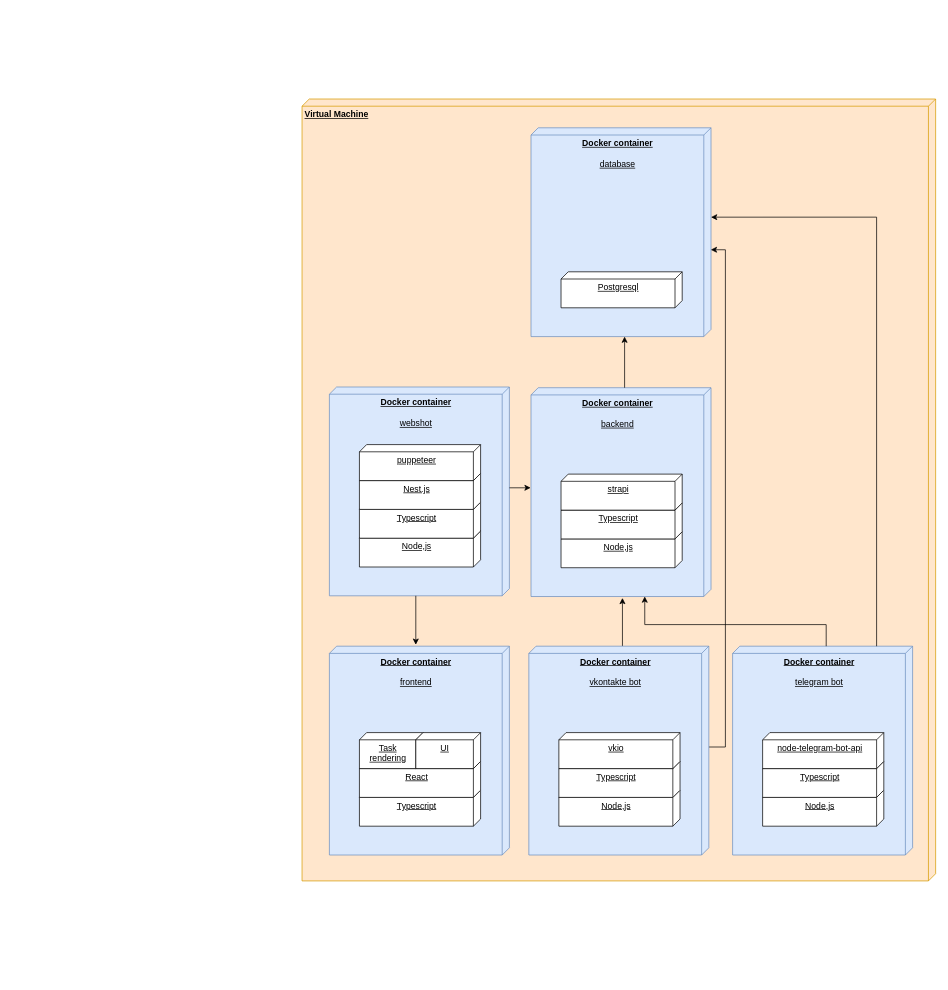
Earlier version of the draw.io diagram diagrams/deployment.drawio (onlyblank/docs). Source tidied: cells renumbered, new cells numbered last; positions are measured from the earlier drawing's top-left corner, leaving out a move shared by most shapes. Both pictures are drawn from the tidied source at 72%, with x=0, y=0 at pixel (302, 99).
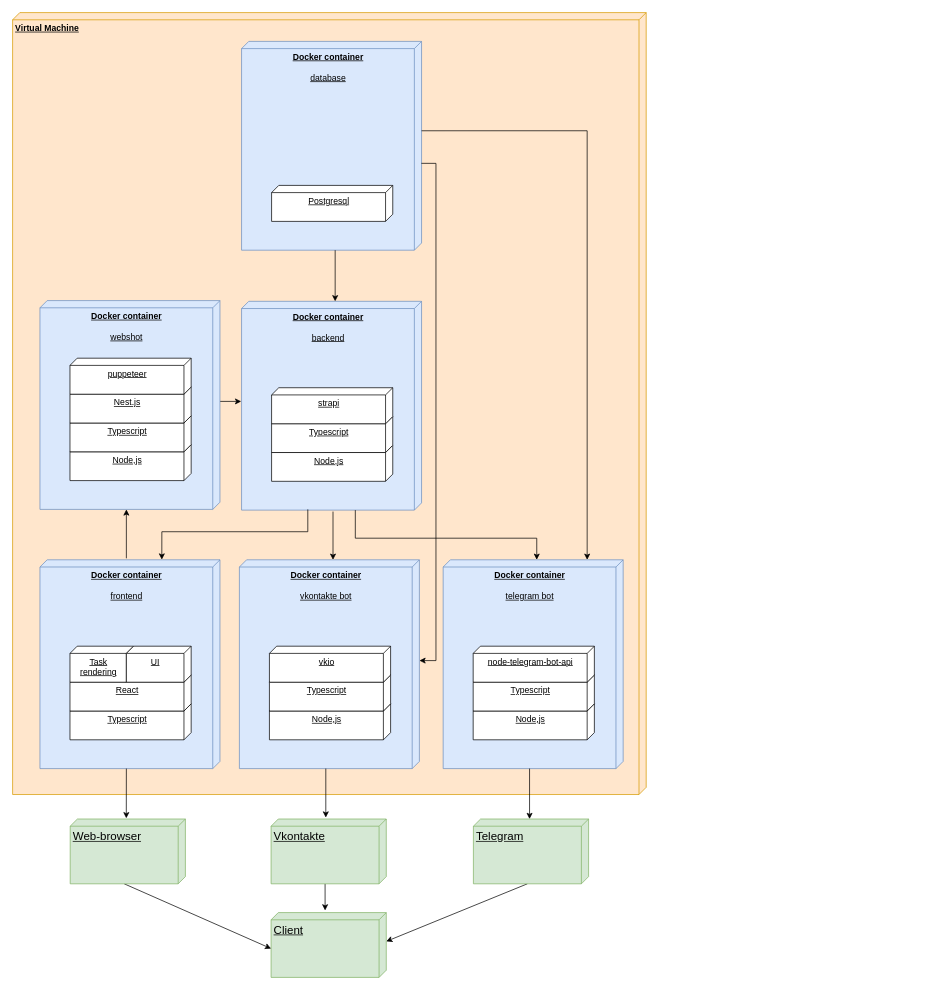
After the change.

The change refers to these unchanged cells:
```xml
<mxCell id="10" value="&lt;div align=&quot;center&quot;&gt;&lt;b&gt;Docker container&lt;/b&gt;&lt;/div&gt;&lt;div&gt;&lt;br&gt;&lt;/div&gt;&lt;div&gt;database&lt;br&gt;&lt;/div&gt;" style="verticalAlign=top;align=center;spacingTop=8;spacingLeft=2;spacingRight=12;shape=cube;size=10;direction=south;fontStyle=4;html=1;fillColor=#dae8fc;strokeColor=#6c8ebf;rounded=0;" parent="9" vertex="1">
  <mxGeometry width="250" height="290" as="geometry" />
</mxCell>
<mxCell id="13" value="&lt;div align=&quot;center&quot;&gt;&lt;b&gt;Docker container&lt;/b&gt;&lt;/div&gt;&lt;div&gt;&lt;br&gt;&lt;/div&gt;&lt;div&gt;telegram bot&lt;br&gt;&lt;/div&gt;" style="verticalAlign=top;align=center;spacingTop=8;spacingLeft=2;spacingRight=12;shape=cube;size=10;direction=south;fontStyle=4;html=1;fillColor=#dae8fc;strokeColor=#6c8ebf;rounded=0;" parent="12" vertex="1">
  <mxGeometry width="250" height="290" as="geometry" />
</mxCell>
<mxCell id="18" value="&lt;div align=&quot;center&quot;&gt;&lt;b&gt;Docker container&lt;/b&gt;&lt;/div&gt;&lt;div&gt;&lt;br&gt;&lt;/div&gt;&lt;div&gt;frontend&lt;br&gt;&lt;/div&gt;" style="verticalAlign=top;align=center;spacingTop=8;spacingLeft=2;spacingRight=12;shape=cube;size=10;direction=south;fontStyle=4;html=1;fillColor=#dae8fc;strokeColor=#6c8ebf;rounded=0;" parent="17" vertex="1">
  <mxGeometry width="250" height="290" as="geometry" />
</mxCell>
<mxCell id="25" value="&lt;div align=&quot;center&quot;&gt;&lt;b&gt;Docker container&lt;/b&gt;&lt;/div&gt;&lt;div&gt;&lt;br&gt;&lt;/div&gt;&lt;div&gt;backend&lt;br&gt;&lt;/div&gt;" style="verticalAlign=top;align=center;spacingTop=8;spacingLeft=2;spacingRight=12;shape=cube;size=10;direction=south;fontStyle=4;html=1;fillColor=#dae8fc;strokeColor=#6c8ebf;rounded=0;" parent="24" vertex="1">
  <mxGeometry width="250" height="290" as="geometry" />
</mxCell>
<mxCell id="36" value="&lt;div align=&quot;center&quot;&gt;&lt;b&gt;Docker container&lt;/b&gt;&lt;/div&gt;&lt;div&gt;&lt;br&gt;&lt;/div&gt;&lt;div&gt;vkontakte bot&lt;br&gt;&lt;/div&gt;" style="verticalAlign=top;align=center;spacingTop=8;spacingLeft=2;spacingRight=12;shape=cube;size=10;direction=south;fontStyle=4;html=1;fillColor=#dae8fc;strokeColor=#6c8ebf;rounded=0;sketch=0;" parent="35" vertex="1">
  <mxGeometry width="250" height="290" as="geometry" />
</mxCell>
```

What changed in the source:
```diff
@@
+    <mxCell id="40" style="group;" parent="1" vertex="1">
+      <mxGeometry x="-402" y="-120" width="880" height="1086" as="geometry" />
+    </mxCell>
-    <mxCell id="2" value="&lt;b&gt;Virtual Machine&lt;/b&gt;" style="verticalAlign=top;align=left;spacingTop=8;spacingLeft=2;spacingRight=12;shape=cube;size=10;direction=south;fontStyle=4;html=1;fillColor=#ffe6cc;strokeColor=#d79b00;rounded=0;" parent="1" vertex="1">
+    <mxCell id="2" value="&lt;b&gt;Virtual Machine&lt;/b&gt;" style="verticalAlign=top;align=left;spacingTop=8;spacingLeft=2;spacingRight=12;shape=cube;size=10;direction=south;fontStyle=4;html=1;fillColor=#ffe6cc;strokeColor=#d79b00;rounded=0;" parent="40" vertex="1">
       <mxGeometry width="880" height="1086" as="geometry" />
     </mxCell>
-    <mxCell id="3" style="group;rounded=0;" parent="1" vertex="1">
-      <mxGeometry x="38" y="400" width="490" height="310" as="geometry" />
-    </mxCell>
-    <mxCell id="4" value="&lt;div align=&quot;center&quot;&gt;&lt;b&gt;Docker container&lt;/b&gt;&lt;/div&gt;&lt;div&gt;&lt;br&gt;&lt;/div&gt;&lt;div&gt;webshot&lt;br&gt;&lt;/div&gt;" style="verticalAlign=top;align=center;spacingTop=8;spacingLeft=2;spacingRight=12;shape=cube;size=10;direction=south;fontStyle=4;html=1;fillColor=#dae8fc;strokeColor=#6c8ebf;rounded=0;" parent="3" vertex="1">
-      <mxGeometry width="250" height="290" as="geometry" />
-    </mxCell>
-    <mxCell id="5" value="&lt;div align=&quot;center&quot;&gt;Node,js&lt;/div&gt;" style="verticalAlign=top;align=center;spacingTop=8;spacingLeft=2;spacingRight=12;shape=cube;size=10;direction=south;fontStyle=4;html=1;rounded=0;" parent="3" vertex="1">
-      <mxGeometry x="41.7" y="200" width="168.3" height="50" as="geometry" />
-    </mxCell>
-    <mxCell id="6" value="&lt;div align=&quot;center&quot;&gt;Typescript&lt;br&gt;&lt;/div&gt;" style="verticalAlign=top;align=center;spacingTop=8;spacingLeft=2;spacingRight=12;shape=cube;size=10;direction=south;fontStyle=4;html=1;rounded=0;" parent="3" vertex="1">
-      <mxGeometry x="41.7" y="160" width="168.3" height="50" as="geometry" />
-    </mxCell>
-    <mxCell id="7" value="Nest.js" style="verticalAlign=top;align=center;spacingTop=8;spacingLeft=2;spacingRight=12;shape=cube;size=10;direction=south;fontStyle=4;html=1;rounded=0;" parent="3" vertex="1">
-      <mxGeometry x="41.7" y="120" width="168.3" height="50" as="geometry" />
-    </mxCell>
-    <mxCell id="8" value="puppeteer" style="verticalAlign=top;align=center;spacingTop=8;spacingLeft=2;spacingRight=12;shape=cube;size=10;direction=south;fontStyle=4;html=1;rounded=0;" parent="3" vertex="1">
-      <mxGeometry x="41.7" y="80" width="168.3" height="50" as="geometry" />
-    </mxCell>
-    <mxCell id="9" style="group;rounded=0;" parent="1" vertex="1">
+    <mxCell id="9" style="group;rounded=0;" parent="40" vertex="1">
       <mxGeometry x="318" y="40" width="250" height="290" as="geometry" />
     </mxCell>
@@
+    <mxCell id="33" style="edgeStyle=orthogonalEdgeStyle;rounded=0;jettySize=auto;html=1;entryX=0.428;entryY=0;entryDx=0;entryDy=0;entryPerimeter=0;exitX=0.428;exitY=0;exitDx=0;exitDy=0;exitPerimeter=0;" parent="9" edge="1" source="10">
+      <mxGeometry relative="1" as="geometry">
+        <mxPoint x="480" y="720" as="targetPoint" />
+        <Array as="points">
+          <mxPoint x="480" y="124" />
+          <mxPoint x="480" y="720" />
+        </Array>
+      </mxGeometry>
+    </mxCell>
-    <mxCell id="12" style="group;rounded=0;" parent="1" vertex="1">
+    <mxCell id="12" style="group;rounded=0;" parent="40" vertex="1">
       <mxGeometry x="598" y="760" width="250" height="290" as="geometry" />
     </mxCell>
@@
-    <mxCell id="17" style="group;rounded=0;" parent="1" vertex="1">
+    <mxCell id="17" style="group;rounded=0;" parent="40" vertex="1">
       <mxGeometry x="38" y="760" width="250" height="290" as="geometry" />
     </mxCell>
@@
-    <mxCell id="23" style="edgeStyle=orthogonalEdgeStyle;rounded=0;jettySize=auto;html=1;exitX=0;exitY=0;exitDx=290;exitDy=130;exitPerimeter=0;entryX=-0.007;entryY=0.52;entryDx=0;entryDy=0;entryPerimeter=0;" parent="1" edge="1" source="4" target="18">
-      <mxGeometry relative="1" as="geometry" />
-    </mxCell>
-    <mxCell id="24" style="group;rounded=0;" parent="1" vertex="1">
+    <mxCell id="24" style="group;rounded=0;" parent="40" vertex="1">
       <mxGeometry x="318" y="401" width="250" height="290" as="geometry" />
     </mxCell>
@@
-    <mxCell id="29" style="edgeStyle=orthogonalEdgeStyle;rounded=0;jettySize=auto;html=1;exitX=0;exitY=0;exitDx=0;exitDy=120;exitPerimeter=0;entryX=1.007;entryY=0.492;entryDx=0;entryDy=0;entryPerimeter=0;" parent="1" edge="1" source="36" target="25">
-      <mxGeometry relative="1" as="geometry" />
-    </mxCell>
-    <mxCell id="30" style="edgeStyle=orthogonalEdgeStyle;rounded=0;jettySize=auto;html=1;exitX=0;exitY=0;exitDx=0;exitDy=120;exitPerimeter=0;entryX=1;entryY=0.368;entryDx=0;entryDy=0;entryPerimeter=0;" parent="1" edge="1" source="13" target="25">
-      <mxGeometry relative="1" as="geometry">
-        <Array as="points">
-          <mxPoint x="728" y="730" />
-          <mxPoint x="476" y="730" />
-        </Array>
-      </mxGeometry>
-    </mxCell>
-    <mxCell id="31" style="edgeStyle=orthogonalEdgeStyle;rounded=0;jettySize=auto;html=1;exitX=0;exitY=0;exitDx=140;exitDy=0;exitPerimeter=0;entryX=0.481;entryY=1.002;entryDx=0;entryDy=0;entryPerimeter=0;" parent="1" edge="1" source="4" target="25">
+    <mxCell id="31" style="edgeStyle=orthogonalEdgeStyle;rounded=0;jettySize=auto;html=1;exitX=0;exitY=0;exitDx=140;exitDy=0;exitPerimeter=0;entryX=0.481;entryY=1.002;entryDx=0;entryDy=0;entryPerimeter=0;" parent="40" edge="1" source="4" target="25">
       <mxGeometry relative="1" as="geometry" />
     </mxCell>
-    <mxCell id="32" style="edgeStyle=orthogonalEdgeStyle;rounded=0;jettySize=auto;html=1;exitX=0;exitY=0;exitDx=0;exitDy=120;exitPerimeter=0;entryX=1;entryY=0.48;entryDx=0;entryDy=0;entryPerimeter=0;" parent="1" edge="1" source="25" target="10">
-      <mxGeometry relative="1" as="geometry" />
-    </mxCell>
-    <mxCell id="33" style="edgeStyle=orthogonalEdgeStyle;rounded=0;jettySize=auto;html=1;entryX=0.428;entryY=0;entryDx=0;entryDy=0;entryPerimeter=0;" parent="1" edge="1" target="10">
-      <mxGeometry relative="1" as="geometry">
-        <mxPoint x="798" y="760" as="sourcePoint" />
-        <Array as="points">
-          <mxPoint x="798" y="760" />
-          <mxPoint x="798" y="164" />
-        </Array>
-      </mxGeometry>
-    </mxCell>
-    <mxCell id="34" style="edgeStyle=orthogonalEdgeStyle;rounded=0;jettySize=auto;html=1;exitX=0;exitY=0;exitDx=140;exitDy=0;exitPerimeter=0;entryX=0.584;entryY=0.001;entryDx=0;entryDy=0;entryPerimeter=0;" parent="1" edge="1" source="36" target="10">
-      <mxGeometry relative="1" as="geometry">
-        <Array as="points">
-          <mxPoint x="588" y="900" />
-          <mxPoint x="588" y="210" />
-          <mxPoint x="568" y="210" />
-        </Array>
-      </mxGeometry>
-    </mxCell>
-    <mxCell id="35" style="group;" parent="1" vertex="1">
+    <mxCell id="35" style="group;" parent="40" vertex="1">
       <mxGeometry x="315" y="760" width="250" height="290" as="geometry" />
     </mxCell>
@@
+    <mxCell id="41" style="group;" parent="40" vertex="1">
+      <mxGeometry x="38" y="400" width="250" height="290" as="geometry" />
+    </mxCell>
+    <mxCell id="4" value="&lt;div align=&quot;center&quot;&gt;&lt;b&gt;Docker container&lt;/b&gt;&lt;/div&gt;&lt;div&gt;&lt;br&gt;&lt;/div&gt;&lt;div&gt;webshot&lt;br&gt;&lt;/div&gt;" style="verticalAlign=top;align=center;spacingTop=8;spacingLeft=2;spacingRight=12;shape=cube;size=10;direction=south;fontStyle=4;html=1;fillColor=#dae8fc;strokeColor=#6c8ebf;rounded=0;" parent="41" vertex="1">
+      <mxGeometry width="250" height="290" as="geometry" />
+    </mxCell>
+    <mxCell id="5" value="&lt;div align=&quot;center&quot;&gt;Node,js&lt;/div&gt;" style="verticalAlign=top;align=center;spacingTop=8;spacingLeft=2;spacingRight=12;shape=cube;size=10;direction=south;fontStyle=4;html=1;rounded=0;" parent="41" vertex="1">
+      <mxGeometry x="41.7" y="200" width="168.3" height="50" as="geometry" />
+    </mxCell>
+    <mxCell id="6" value="&lt;div align=&quot;center&quot;&gt;Typescript&lt;br&gt;&lt;/div&gt;" style="verticalAlign=top;align=center;spacingTop=8;spacingLeft=2;spacingRight=12;shape=cube;size=10;direction=south;fontStyle=4;html=1;rounded=0;" parent="41" vertex="1">
+      <mxGeometry x="41.7" y="160" width="168.3" height="50" as="geometry" />
+    </mxCell>
+    <mxCell id="7" value="Nest.js" style="verticalAlign=top;align=center;spacingTop=8;spacingLeft=2;spacingRight=12;shape=cube;size=10;direction=south;fontStyle=4;html=1;rounded=0;" parent="41" vertex="1">
+      <mxGeometry x="41.7" y="120" width="168.3" height="50" as="geometry" />
+    </mxCell>
+    <mxCell id="8" value="puppeteer" style="verticalAlign=top;align=center;spacingTop=8;spacingLeft=2;spacingRight=12;shape=cube;size=10;direction=south;fontStyle=4;html=1;rounded=0;" parent="41" vertex="1">
+      <mxGeometry x="41.7" y="80" width="168.3" height="50" as="geometry" />
+    </mxCell>
+    <mxCell id="32" style="edgeStyle=orthogonalEdgeStyle;rounded=0;jettySize=auto;html=1;exitX=1;exitY=0.48;exitDx=0;exitDy=0;exitPerimeter=0;entryX=0;entryY=0;entryDx=0;entryDy=120;entryPerimeter=0;" parent="40" edge="1" source="10" target="25">
+      <mxGeometry relative="1" as="geometry" />
+    </mxCell>
+    <mxCell id="34" style="edgeStyle=orthogonalEdgeStyle;rounded=0;jettySize=auto;html=1;exitX=0.584;exitY=0.001;exitDx=0;exitDy=0;exitPerimeter=0;entryX=0;entryY=0;entryDx=140;entryDy=0;entryPerimeter=0;" parent="40" edge="1" source="10" target="36">
+      <mxGeometry relative="1" as="geometry">
+        <Array as="points">
+          <mxPoint x="568" y="210" />
+          <mxPoint x="588" y="210" />
+          <mxPoint x="588" y="900" />
+        </Array>
+      </mxGeometry>
+    </mxCell>
+    <mxCell id="30" style="edgeStyle=orthogonalEdgeStyle;rounded=0;jettySize=auto;html=1;exitX=1;exitY=0.368;exitDx=0;exitDy=0;exitPerimeter=0;entryX=0;entryY=0;entryDx=0;entryDy=120;entryPerimeter=0;" parent="40" edge="1" source="25" target="13">
+      <mxGeometry relative="1" as="geometry">
+        <Array as="points">
+          <mxPoint x="476" y="730" />
+          <mxPoint x="728" y="730" />
+        </Array>
+      </mxGeometry>
+    </mxCell>
+    <mxCell id="29" style="edgeStyle=orthogonalEdgeStyle;rounded=0;jettySize=auto;html=1;exitX=1.007;exitY=0.492;exitDx=0;exitDy=0;exitPerimeter=0;entryX=0;entryY=0;entryDx=0;entryDy=120;entryPerimeter=0;" parent="40" edge="1" source="25" target="36">
+      <mxGeometry relative="1" as="geometry" />
+    </mxCell>
+    <mxCell id="23" style="edgeStyle=orthogonalEdgeStyle;rounded=0;jettySize=auto;html=1;exitX=-0.007;exitY=0.52;exitDx=0;exitDy=0;exitPerimeter=0;entryX=0;entryY=0;entryDx=290;entryDy=130;entryPerimeter=0;" parent="40" edge="1" source="18" target="4">
+      <mxGeometry relative="1" as="geometry" />
+    </mxCell>
+    <mxCell id="42" style="edgeStyle=orthogonalEdgeStyle;jettySize=auto;html=1;entryX=-0.001;entryY=0.323;entryDx=0;entryDy=0;entryPerimeter=0;fontSize=12;endArrow=classic;startSize=6;endSize=6;rounded=0;endFill=1;" parent="40" edge="1" target="18">
+      <mxGeometry relative="1" as="geometry">
+        <mxPoint x="410" y="690" as="sourcePoint" />
+        <Array as="points">
+          <mxPoint x="410" y="721" />
+          <mxPoint x="207" y="721" />
+        </Array>
+      </mxGeometry>
+    </mxCell>
+    <mxCell id="43" value="Client" style="verticalAlign=top;align=left;spacingTop=8;spacingLeft=2;spacingRight=12;shape=cube;size=10;direction=south;fontStyle=4;html=1;sketch=0;strokeColor=#82b366;fontSize=16;fillColor=#d5e8d4;" parent="1" vertex="1">
+      <mxGeometry x="-43" y="1130" width="160" height="90" as="geometry" />
+    </mxCell>
+    <mxCell id="44" style="edgeStyle=none;jettySize=auto;html=1;exitX=0;exitY=0;exitDx=90;exitDy=85;exitPerimeter=0;entryX=0;entryY=0;entryDx=50;entryDy=160;entryPerimeter=0;fontSize=12;endArrow=classic;endFill=1;startSize=6;endSize=6;" parent="1" edge="1" source="45" target="43">
+      <mxGeometry relative="1" as="geometry" />
+    </mxCell>
+    <mxCell id="45" value="Web-browser" style="verticalAlign=top;align=left;spacingTop=8;spacingLeft=2;spacingRight=12;shape=cube;size=10;direction=south;fontStyle=4;html=1;sketch=0;strokeColor=#82b366;fontSize=16;fillColor=#d5e8d4;" parent="1" vertex="1">
+      <mxGeometry x="-322" y="1000" width="160" height="90" as="geometry" />
+    </mxCell>
+    <mxCell id="46" style="edgeStyle=none;jettySize=auto;html=1;exitX=0;exitY=0;exitDx=90;exitDy=85;exitPerimeter=0;entryX=-0.033;entryY=0.531;entryDx=0;entryDy=0;entryPerimeter=0;fontSize=12;endArrow=classic;endFill=1;startSize=6;endSize=6;" parent="1" edge="1" source="47" target="43">
+      <mxGeometry relative="1" as="geometry" />
+    </mxCell>
+    <mxCell id="47" value="Vkontakte" style="verticalAlign=top;align=left;spacingTop=8;spacingLeft=2;spacingRight=12;shape=cube;size=10;direction=south;fontStyle=4;html=1;sketch=0;strokeColor=#82b366;fontSize=16;fillColor=#d5e8d4;" parent="1" vertex="1">
+      <mxGeometry x="-43" y="1000" width="160" height="90" as="geometry" />
+    </mxCell>
+    <mxCell id="48" style="edgeStyle=none;jettySize=auto;html=1;exitX=0;exitY=0;exitDx=90;exitDy=85;exitPerimeter=0;entryX=0;entryY=0;entryDx=40;entryDy=0;entryPerimeter=0;fontSize=12;endArrow=classic;endFill=1;startSize=6;endSize=6;" parent="1" edge="1" source="49" target="43">
+      <mxGeometry relative="1" as="geometry" />
+    </mxCell>
+    <mxCell id="49" value="Telegram" style="verticalAlign=top;align=left;spacingTop=8;spacingLeft=2;spacingRight=12;shape=cube;size=10;direction=south;fontStyle=4;html=1;sketch=0;strokeColor=#82b366;fontSize=16;fillColor=#d5e8d4;" parent="1" vertex="1">
+      <mxGeometry x="238" y="1000" width="160" height="90" as="geometry" />
+    </mxCell>
+    <mxCell id="50" style="edgeStyle=none;jettySize=auto;html=1;exitX=0;exitY=0;exitDx=290;exitDy=130;exitPerimeter=0;entryX=-0.011;entryY=0.513;entryDx=0;entryDy=0;entryPerimeter=0;fontSize=12;endArrow=classic;endFill=1;startSize=6;endSize=6;" parent="1" edge="1" source="18" target="45">
+      <mxGeometry relative="1" as="geometry" />
+    </mxCell>
+    <mxCell id="51" style="edgeStyle=none;jettySize=auto;html=1;exitX=0;exitY=0;exitDx=290;exitDy=130;exitPerimeter=0;entryX=-0.022;entryY=0.525;entryDx=0;entryDy=0;entryPerimeter=0;fontSize=12;endArrow=classic;endFill=1;startSize=6;endSize=6;" parent="1" edge="1" source="36" target="47">
+      <mxGeometry relative="1" as="geometry" />
+    </mxCell>
+    <mxCell id="52" style="edgeStyle=none;jettySize=auto;html=1;exitX=0;exitY=0;exitDx=290;exitDy=130;exitPerimeter=0;fontSize=12;endArrow=classic;endFill=1;startSize=6;endSize=6;" parent="1" edge="1" source="13">
+      <mxGeometry relative="1" as="geometry">
+        <mxPoint x="316" y="1000" as="targetPoint" />
+      </mxGeometry>
+    </mxCell>
```
